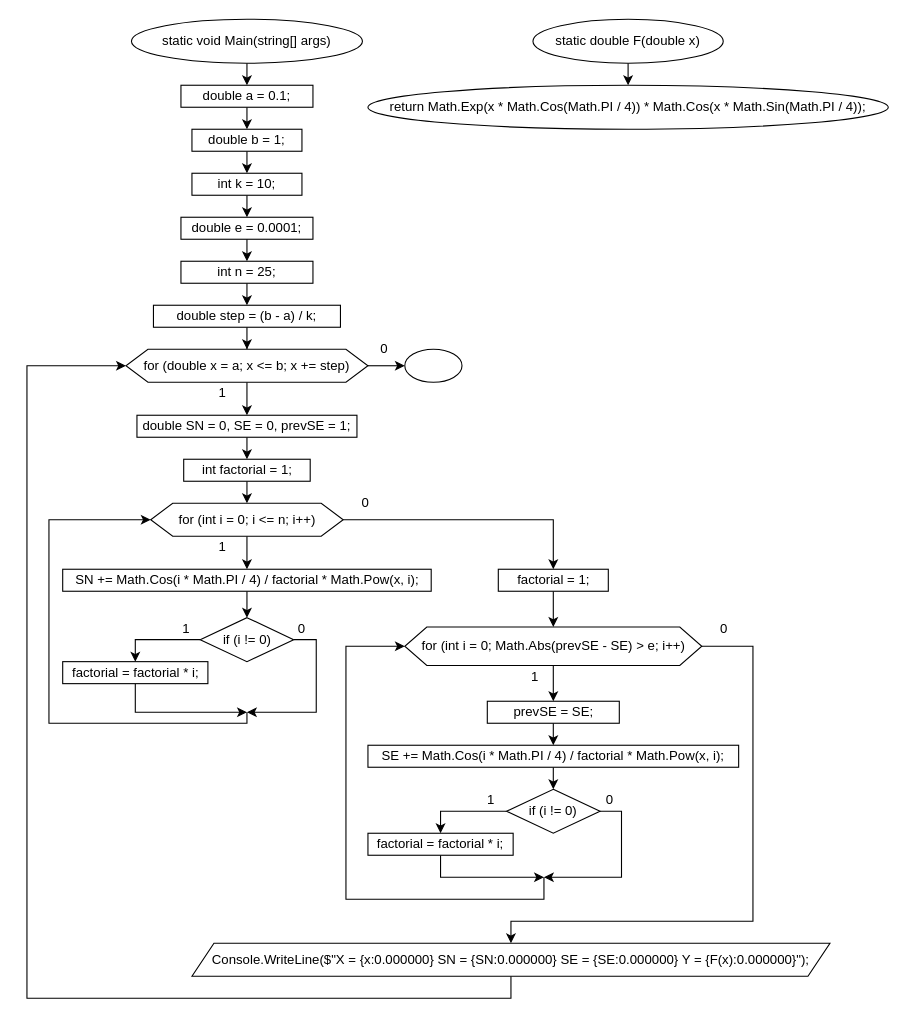
Above: Отчет/LW_2_03.drawio in VadimKarelov/LW_2_03 (draw.io), before the change. Source tidied: cells renumbered, new cells numbered last; positions are measured from the earlier drawing's top-left corner, leaving out a move shared by most shapes. Both pictures are drawn from the tidied source at 110%, with x=0, y=0 at pixel (26, 19).
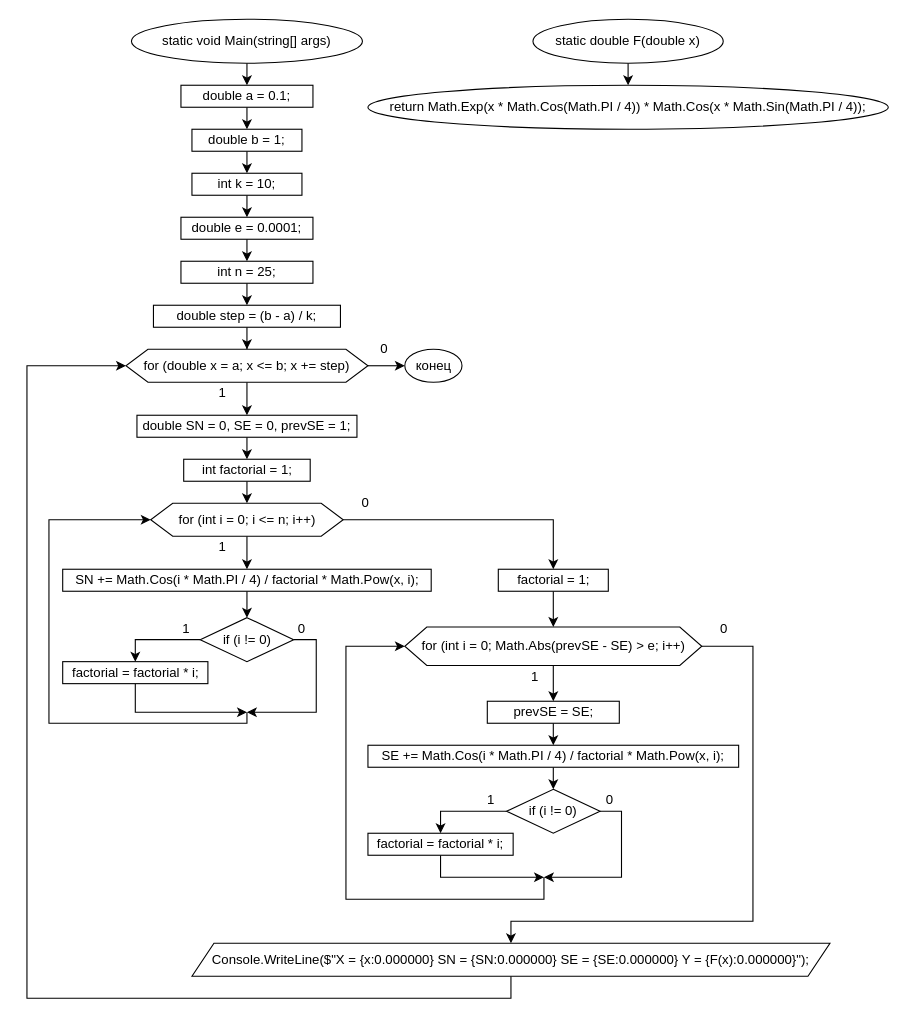
After the change.

Change to the diagram source:
```diff
@@
-    <mxCell id="51" style="ellipse;whiteSpace=wrap;html=1;" parent="1" vertex="1">
+    <mxCell id="51" value="конец" style="ellipse;whiteSpace=wrap;html=1;" parent="1" vertex="1">
       <mxGeometry x="343.5" y="300" width="52" height="30" as="geometry" />
     </mxCell>
```
